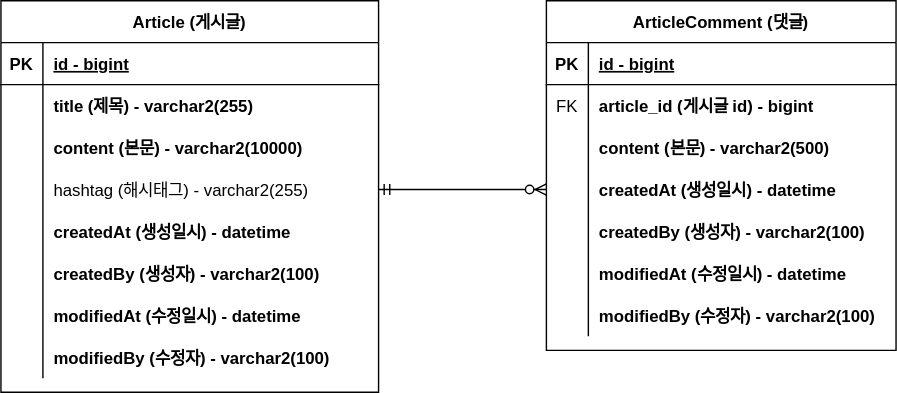
Before: wise-groupware/document/group-ware.drawio.svg, a diagram exported from draw.io (dongeranguk/wise-groupware). Source tidied: cells renumbered, new cells last; positions are measured from the earlier drawing's top-left corner, leaving out a move shared by most shapes.
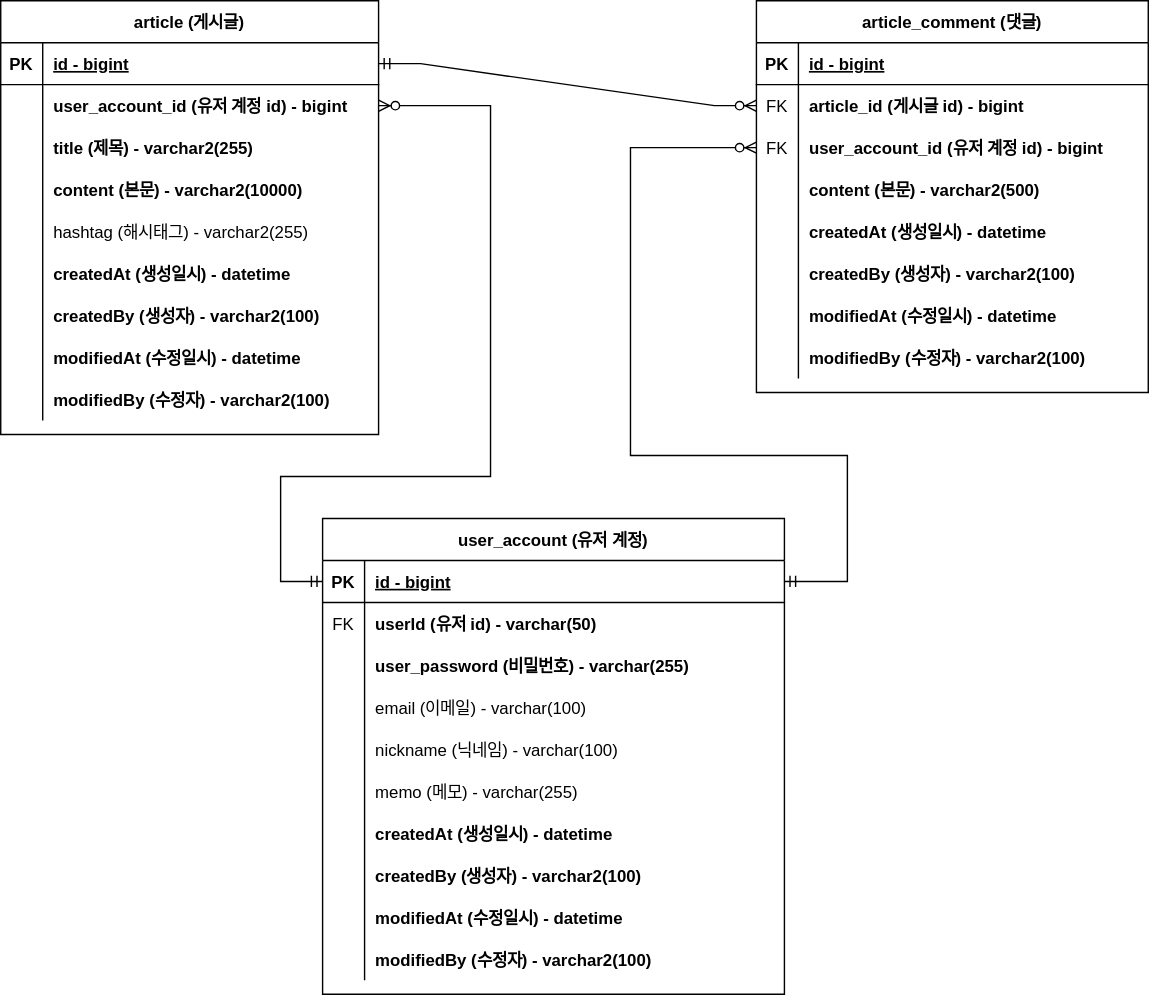
Above is the later version.

Commit message:
#18 - 회원 계정 도메인 구현 및 ERD 반영

What changed in the source:
```diff
@@ -2,74 +2,83 @@
   <root>
     <mxCell id="0" />
     <mxCell id="1" parent="0" />
-    <mxCell id="2" value="ArticleComment (댓글)" style="shape=table;startSize=30;rowLines=0;fontStyle=1;align=center;" parent="1" vertex="1">
-      <mxGeometry x="390" width="250" height="250" as="geometry" />
+    <mxCell id="2" value="article_comment (댓글)" style="shape=table;startSize=30;rowLines=0;fontStyle=1;align=center;" parent="1" vertex="1">
+      <mxGeometry x="540" width="280" height="280" as="geometry" />
     </mxCell>
     <mxCell id="3" style="shape=partialRectangle;fillColor=none;top=0;left=0;right=0;bottom=1;" parent="2" vertex="1">
-      <mxGeometry y="30" width="250" height="30" as="geometry" />
+      <mxGeometry y="30" width="280" height="30" as="geometry" />
     </mxCell>
     <mxCell id="4" value="PK" style="shape=partialRectangle;overflow=hidden;fillColor=none;top=0;left=0;bottom=0;right=0;fontStyle=1;" parent="3" vertex="1">
       <mxGeometry width="30" height="30" as="geometry" />
     </mxCell>
     <mxCell id="5" value="id - bigint" style="shape=partialRectangle;overflow=hidden;fillColor=none;top=0;left=0;bottom=0;right=0;align=left;spacingLeft=6;fontStyle=5;" parent="3" vertex="1">
-      <mxGeometry x="30" width="220" height="30" as="geometry" />
+      <mxGeometry x="30" width="250" height="30" as="geometry" />
     </mxCell>
     <mxCell id="6" style="shape=partialRectangle;fillColor=none;points=[[0,0.5],[1,0.5]];portConstraint=eastwest;top=0;left=0;right=0;bottom=0;" parent="2" vertex="1">
-      <mxGeometry y="60" width="250" height="30" as="geometry" />
+      <mxGeometry y="60" width="280" height="30" as="geometry" />
     </mxCell>
     <mxCell id="7" value="FK" style="shape=partialRectangle;overflow=hidden;fillColor=none;top=0;left=0;bottom=0;right=0;" parent="6" vertex="1">
       <mxGeometry width="30" height="30" as="geometry" />
     </mxCell>
     <mxCell id="8" value="article_id (게시글 id) - bigint" style="shape=partialRectangle;overflow=hidden;fillColor=none;top=0;left=0;bottom=0;right=0;align=left;spacingLeft=6;fontStyle=1;" parent="6" vertex="1">
-      <mxGeometry x="30" width="220" height="30" as="geometry" />
+      <mxGeometry x="30" width="250" height="30" as="geometry" />
     </mxCell>
+    <mxCell id="50" style="shape=partialRectangle;fillColor=none;points=[[0,0.5],[1,0.5]];portConstraint=eastwest;top=0;left=0;right=0;bottom=0;" parent="2" vertex="1">
+      <mxGeometry y="90" width="280" height="30" as="geometry" />
+    </mxCell>
+    <mxCell id="51" value="FK" style="shape=partialRectangle;overflow=hidden;fillColor=none;top=0;left=0;bottom=0;right=0;" parent="50" vertex="1">
+      <mxGeometry width="30" height="30" as="geometry" />
+    </mxCell>
+    <mxCell id="52" value="user_account_id (유저 계정 id) - bigint" style="shape=partialRectangle;overflow=hidden;fillColor=none;top=0;left=0;bottom=0;right=0;align=left;spacingLeft=6;fontStyle=1;" parent="50" vertex="1">
+      <mxGeometry x="30" width="250" height="30" as="geometry" />
+    </mxCell>
     <mxCell id="9" style="shape=partialRectangle;fillColor=none;top=0;left=0;right=0;bottom=0;" parent="2" vertex="1">
-      <mxGeometry y="90" width="250" height="30" as="geometry" />
+      <mxGeometry y="120" width="280" height="30" as="geometry" />
     </mxCell>
     <mxCell id="10" style="shape=partialRectangle;overflow=hidden;fillColor=none;top=0;left=0;bottom=0;right=0;" parent="9" vertex="1">
       <mxGeometry width="30" height="30" as="geometry" />
     </mxCell>
     <mxCell id="11" value="content (본문) - varchar2(500)" style="shape=partialRectangle;overflow=hidden;fillColor=none;top=0;left=0;bottom=0;right=0;align=left;spacingLeft=6;fontStyle=1;" parent="9" vertex="1">
-      <mxGeometry x="30" width="220" height="30" as="geometry" />
+      <mxGeometry x="30" width="250" height="30" as="geometry" />
     </mxCell>
     <mxCell id="12" style="shape=partialRectangle;fillColor=none;points=[[0,0.5],[1,0.5]];portConstraint=eastwest;top=0;left=0;right=0;bottom=0;" parent="2" vertex="1">
-      <mxGeometry y="120" width="250" height="30" as="geometry" />
+      <mxGeometry y="150" width="280" height="30" as="geometry" />
     </mxCell>
     <mxCell id="13" style="shape=partialRectangle;overflow=hidden;fillColor=none;top=0;left=0;bottom=0;right=0;" parent="12" vertex="1">
       <mxGeometry width="30" height="30" as="geometry" />
     </mxCell>
     <mxCell id="14" value="createdAt (생성일시) - datetime" style="shape=partialRectangle;overflow=hidden;fillColor=none;top=0;left=0;bottom=0;right=0;align=left;spacingLeft=6;fontStyle=1;" parent="12" vertex="1">
-      <mxGeometry x="30" width="220" height="30" as="geometry" />
+      <mxGeometry x="30" width="250" height="30" as="geometry" />
     </mxCell>
     <mxCell id="15" style="shape=partialRectangle;fillColor=none;top=0;left=0;right=0;bottom=0;" parent="2" vertex="1">
-      <mxGeometry y="150" width="250" height="30" as="geometry" />
+      <mxGeometry y="180" width="280" height="30" as="geometry" />
     </mxCell>
     <mxCell id="16" style="shape=partialRectangle;overflow=hidden;fillColor=none;top=0;left=0;bottom=0;right=0;" parent="15" vertex="1">
       <mxGeometry width="30" height="30" as="geometry" />
     </mxCell>
     <mxCell id="17" value="createdBy (생성자) - varchar2(100)" style="shape=partialRectangle;overflow=hidden;fillColor=none;top=0;left=0;bottom=0;right=0;align=left;spacingLeft=6;fontStyle=1;" parent="15" vertex="1">
-      <mxGeometry x="30" width="220" height="30" as="geometry" />
+      <mxGeometry x="30" width="250" height="30" as="geometry" />
     </mxCell>
     <mxCell id="18" style="shape=partialRectangle;fillColor=none;top=0;left=0;right=0;bottom=0;" parent="2" vertex="1">
-      <mxGeometry y="180" width="250" height="30" as="geometry" />
+      <mxGeometry y="210" width="280" height="30" as="geometry" />
     </mxCell>
     <mxCell id="19" style="shape=partialRectangle;overflow=hidden;fillColor=none;top=0;left=0;bottom=0;right=0;" parent="18" vertex="1">
       <mxGeometry width="30" height="30" as="geometry" />
     </mxCell>
     <mxCell id="20" value="modifiedAt (수정일시) - datetime" style="shape=partialRectangle;overflow=hidden;fillColor=none;top=0;left=0;bottom=0;right=0;align=left;spacingLeft=6;fontStyle=1;" parent="18" vertex="1">
-      <mxGeometry x="30" width="220" height="30" as="geometry" />
+      <mxGeometry x="30" width="250" height="30" as="geometry" />
     </mxCell>
     <mxCell id="21" style="shape=partialRectangle;fillColor=none;top=0;left=0;right=0;bottom=0;" parent="2" vertex="1">
-      <mxGeometry y="210" width="250" height="30" as="geometry" />
+      <mxGeometry y="240" width="280" height="30" as="geometry" />
     </mxCell>
     <mxCell id="22" style="shape=partialRectangle;overflow=hidden;fillColor=none;top=0;left=0;bottom=0;right=0;" parent="21" vertex="1">
       <mxGeometry width="30" height="30" as="geometry" />
     </mxCell>
     <mxCell id="23" value="modifiedBy (수정자) - varchar2(100)" style="shape=partialRectangle;overflow=hidden;fillColor=none;top=0;left=0;bottom=0;right=0;align=left;spacingLeft=6;fontStyle=1;" parent="21" vertex="1">
-      <mxGeometry x="30" width="220" height="30" as="geometry" />
+      <mxGeometry x="30" width="250" height="30" as="geometry" />
     </mxCell>
-    <mxCell id="24" value="Article (게시글)" style="shape=table;startSize=30;rowLines=0;fontStyle=1;align=center;" parent="1" vertex="1">
-      <mxGeometry width="270" height="280" as="geometry" />
+    <mxCell id="24" value="article (게시글)" style="shape=table;startSize=30;rowLines=0;fontStyle=1;align=center;" parent="1" vertex="1">
+      <mxGeometry width="270" height="310" as="geometry" />
     </mxCell>
     <mxCell id="25" style="shape=partialRectangle;fillColor=none;points=[[0,0.5],[1,0.5]];portConstraint=eastwest;top=0;left=0;right=0;bottom=1;" parent="24" vertex="1">
       <mxGeometry y="30" width="270" height="30" as="geometry" />
@@ -86,11 +95,20 @@
     <mxCell id="29" style="shape=partialRectangle;overflow=hidden;fillColor=none;top=0;left=0;bottom=0;right=0;" parent="28" vertex="1">
       <mxGeometry width="30" height="30" as="geometry" />
     </mxCell>
-    <mxCell id="30" value="title (제목) - varchar2(255)" style="shape=partialRectangle;overflow=hidden;fillColor=none;top=0;left=0;bottom=0;right=0;align=left;spacingLeft=6;fontStyle=1;" parent="28" vertex="1">
+    <mxCell id="30" value="user_account_id (유저 계정 id) - bigint" style="shape=partialRectangle;overflow=hidden;fillColor=none;top=0;left=0;bottom=0;right=0;align=left;spacingLeft=6;fontStyle=1;" parent="28" vertex="1">
       <mxGeometry x="30" width="240" height="30" as="geometry" />
     </mxCell>
+    <mxCell id="53" style="shape=partialRectangle;fillColor=none;top=0;left=0;right=0;bottom=0;" parent="24" vertex="1">
+      <mxGeometry y="90" width="270" height="30" as="geometry" />
+    </mxCell>
+    <mxCell id="54" style="shape=partialRectangle;overflow=hidden;fillColor=none;top=0;left=0;bottom=0;right=0;" parent="53" vertex="1">
+      <mxGeometry width="30" height="30" as="geometry" />
+    </mxCell>
+    <mxCell id="55" value="title (제목) - varchar2(255)" style="shape=partialRectangle;overflow=hidden;fillColor=none;top=0;left=0;bottom=0;right=0;align=left;spacingLeft=6;fontStyle=1;" parent="53" vertex="1">
+      <mxGeometry x="30" width="240" height="30" as="geometry" />
+    </mxCell>
     <mxCell id="31" style="shape=partialRectangle;fillColor=none;top=0;left=0;right=0;bottom=0;" parent="24" vertex="1">
-      <mxGeometry y="90" width="270" height="30" as="geometry" />
+      <mxGeometry y="120" width="270" height="30" as="geometry" />
     </mxCell>
     <mxCell id="32" style="shape=partialRectangle;overflow=hidden;fillColor=none;top=0;left=0;bottom=0;right=0;" parent="31" vertex="1">
       <mxGeometry width="30" height="30" as="geometry" />
@@ -99,7 +117,7 @@
       <mxGeometry x="30" width="240" height="30" as="geometry" />
     </mxCell>
     <mxCell id="34" style="shape=partialRectangle;fillColor=none;points=[[0,0.5],[1,0.5]];portConstraint=eastwest;top=0;left=0;right=0;bottom=0;" parent="24" vertex="1">
-      <mxGeometry y="120" width="270" height="30" as="geometry" />
+      <mxGeometry y="150" width="270" height="30" as="geometry" />
     </mxCell>
     <mxCell id="35" style="shape=partialRectangle;overflow=hidden;fillColor=none;top=0;left=0;bottom=0;right=0;" parent="34" vertex="1">
       <mxGeometry width="30" height="30" as="geometry" />
@@ -108,7 +126,7 @@
       <mxGeometry x="30" width="240" height="30" as="geometry" />
     </mxCell>
     <mxCell id="37" style="shape=partialRectangle;fillColor=none;top=0;left=0;right=0;bottom=0;" parent="24" vertex="1">
-      <mxGeometry y="150" width="270" height="30" as="geometry" />
+      <mxGeometry y="180" width="270" height="30" as="geometry" />
     </mxCell>
     <mxCell id="38" style="shape=partialRectangle;overflow=hidden;fillColor=none;top=0;left=0;bottom=0;right=0;" parent="37" vertex="1">
       <mxGeometry width="30" height="30" as="geometry" />
@@ -117,7 +135,7 @@
       <mxGeometry x="30" width="240" height="30" as="geometry" />
     </mxCell>
     <mxCell id="40" style="shape=partialRectangle;fillColor=none;top=0;left=0;right=0;bottom=0;" parent="24" vertex="1">
-      <mxGeometry y="180" width="270" height="30" as="geometry" />
+      <mxGeometry y="210" width="270" height="30" as="geometry" />
     </mxCell>
     <mxCell id="41" style="shape=partialRectangle;overflow=hidden;fillColor=none;top=0;left=0;bottom=0;right=0;" parent="40" vertex="1">
       <mxGeometry width="30" height="30" as="geometry" />
@@ -126,7 +144,7 @@
       <mxGeometry x="30" width="240" height="30" as="geometry" />
     </mxCell>
     <mxCell id="43" style="shape=partialRectangle;fillColor=none;top=0;left=0;right=0;bottom=0;" parent="24" vertex="1">
-      <mxGeometry y="210" width="270" height="30" as="geometry" />
+      <mxGeometry y="240" width="270" height="30" as="geometry" />
     </mxCell>
     <mxCell id="44" style="shape=partialRectangle;overflow=hidden;fillColor=none;top=0;left=0;bottom=0;right=0;" parent="43" vertex="1">
       <mxGeometry width="30" height="30" as="geometry" />
@@ -135,7 +153,7 @@
       <mxGeometry x="30" width="240" height="30" as="geometry" />
     </mxCell>
     <mxCell id="46" style="shape=partialRectangle;fillColor=none;top=0;left=0;right=0;bottom=0;" parent="24" vertex="1">
-      <mxGeometry y="240" width="270" height="30" as="geometry" />
+      <mxGeometry y="270" width="270" height="30" as="geometry" />
     </mxCell>
     <mxCell id="47" style="shape=partialRectangle;overflow=hidden;fillColor=none;top=0;left=0;bottom=0;right=0;" parent="46" vertex="1">
       <mxGeometry width="30" height="30" as="geometry" />
@@ -143,7 +161,7 @@
     <mxCell id="48" value="modifiedBy (수정자) - varchar2(100)" style="shape=partialRectangle;overflow=hidden;fillColor=none;top=0;left=0;bottom=0;right=0;align=left;spacingLeft=6;fontStyle=1;" parent="46" vertex="1">
       <mxGeometry x="30" width="240" height="30" as="geometry" />
     </mxCell>
-    <mxCell id="49" style="edgeStyle=entityRelationEdgeStyle;fontSize=12;html=1;endArrow=ERzeroToMany;startArrow=ERmandOne;rounded=0;exitX=1;exitY=0.5;exitDx=0;exitDy=0;entryX=0;entryY=0.5;entryDx=0;entryDy=0;" parent="1" edge="1" source="34" target="12">
+    <mxCell id="49" style="edgeStyle=entityRelationEdgeStyle;fontSize=12;html=1;endArrow=ERzeroToMany;startArrow=ERmandOne;rounded=0;exitX=1;exitY=0.5;exitDx=0;exitDy=0;entryX=0;entryY=0.5;entryDx=0;entryDy=0;" parent="1" edge="1" source="25" target="6">
       <mxGeometry relative="1" as="geometry">
         <Array as="points">
           <mxPoint x="380" y="120" />
@@ -151,5 +169,118 @@
         </Array>
       </mxGeometry>
     </mxCell>
+    <mxCell id="56" value="user_account (유저 계정)" style="shape=table;startSize=30;rowLines=0;fontStyle=1;align=center;" parent="1" vertex="1">
+      <mxGeometry x="230" y="370" width="330" height="340" as="geometry" />
+    </mxCell>
+    <mxCell id="57" style="shape=partialRectangle;fillColor=none;points=[[0,0.5],[1,0.5]];portConstraint=eastwest;top=0;left=0;right=0;bottom=1;" parent="56" vertex="1">
+      <mxGeometry y="30" width="330" height="30" as="geometry" />
+    </mxCell>
+    <mxCell id="58" value="PK" style="shape=partialRectangle;overflow=hidden;fillColor=none;top=0;left=0;bottom=0;right=0;fontStyle=1;" parent="57" vertex="1">
+      <mxGeometry width="30" height="30" as="geometry" />
+    </mxCell>
+    <mxCell id="59" value="id - bigint" style="shape=partialRectangle;overflow=hidden;fillColor=none;top=0;left=0;bottom=0;right=0;align=left;spacingLeft=6;fontStyle=5;" parent="57" vertex="1">
+      <mxGeometry x="30" width="300" height="30" as="geometry" />
+    </mxCell>
+    <mxCell id="60" style="shape=partialRectangle;fillColor=none;top=0;left=0;right=0;bottom=0;" parent="56" vertex="1">
+      <mxGeometry y="60" width="330" height="30" as="geometry" />
+    </mxCell>
+    <mxCell id="61" value="FK" style="shape=partialRectangle;overflow=hidden;fillColor=none;top=0;left=0;bottom=0;right=0;" parent="60" vertex="1">
+      <mxGeometry width="30" height="30" as="geometry" />
+    </mxCell>
+    <mxCell id="62" value="userId (유저 id) - varchar(50)" style="shape=partialRectangle;overflow=hidden;fillColor=none;top=0;left=0;bottom=0;right=0;align=left;spacingLeft=6;fontStyle=1;" parent="60" vertex="1">
+      <mxGeometry x="30" width="300" height="30" as="geometry" />
+    </mxCell>
+    <mxCell id="63" style="shape=partialRectangle;fillColor=none;top=0;left=0;right=0;bottom=0;" parent="56" vertex="1">
+      <mxGeometry y="90" width="330" height="30" as="geometry" />
+    </mxCell>
+    <mxCell id="64" style="shape=partialRectangle;overflow=hidden;fillColor=none;top=0;left=0;bottom=0;right=0;" parent="63" vertex="1">
+      <mxGeometry width="30" height="30" as="geometry" />
+    </mxCell>
+    <mxCell id="65" value="user_password (비밀번호) - varchar(255)" style="shape=partialRectangle;overflow=hidden;fillColor=none;top=0;left=0;bottom=0;right=0;align=left;spacingLeft=6;fontStyle=1;" parent="63" vertex="1">
+      <mxGeometry x="30" width="300" height="30" as="geometry" />
+    </mxCell>
+    <mxCell id="66" style="shape=partialRectangle;fillColor=none;top=0;left=0;right=0;bottom=0;" parent="56" vertex="1">
+      <mxGeometry y="120" width="330" height="30" as="geometry" />
+    </mxCell>
+    <mxCell id="67" style="shape=partialRectangle;overflow=hidden;fillColor=none;top=0;left=0;bottom=0;right=0;" parent="66" vertex="1">
+      <mxGeometry width="30" height="30" as="geometry" />
+    </mxCell>
+    <mxCell id="68" value="email (이메일) - varchar(100)" style="shape=partialRectangle;overflow=hidden;fillColor=none;top=0;left=0;bottom=0;right=0;align=left;spacingLeft=6;fontStyle=0;" parent="66" vertex="1">
+      <mxGeometry x="30" width="300" height="30" as="geometry" />
+    </mxCell>
+    <mxCell id="69" style="shape=partialRectangle;fillColor=none;top=0;left=0;right=0;bottom=0;" parent="56" vertex="1">
+      <mxGeometry y="150" width="330" height="30" as="geometry" />
+    </mxCell>
+    <mxCell id="70" style="shape=partialRectangle;overflow=hidden;fillColor=none;top=0;left=0;bottom=0;right=0;" parent="69" vertex="1">
+      <mxGeometry width="30" height="30" as="geometry" />
+    </mxCell>
+    <mxCell id="71" value="nickname (닉네임) - varchar(100)" style="shape=partialRectangle;overflow=hidden;fillColor=none;top=0;left=0;bottom=0;right=0;align=left;spacingLeft=6;" parent="69" vertex="1">
+      <mxGeometry x="30" width="300" height="30" as="geometry" />
+    </mxCell>
+    <mxCell id="72" style="shape=partialRectangle;fillColor=none;top=0;left=0;right=0;bottom=0;" parent="56" vertex="1">
+      <mxGeometry y="180" width="330" height="30" as="geometry" />
+    </mxCell>
+    <mxCell id="73" style="shape=partialRectangle;overflow=hidden;fillColor=none;top=0;left=0;bottom=0;right=0;" parent="72" vertex="1">
+      <mxGeometry width="30" height="30" as="geometry" />
+    </mxCell>
+    <mxCell id="74" value="memo (메모) - varchar(255)" style="shape=partialRectangle;overflow=hidden;fillColor=none;top=0;left=0;bottom=0;right=0;align=left;spacingLeft=6;" parent="72" vertex="1">
+      <mxGeometry x="30" width="300" height="30" as="geometry" />
+    </mxCell>
+    <mxCell id="75" style="shape=partialRectangle;fillColor=none;top=0;left=0;right=0;bottom=0;" parent="56" vertex="1">
+      <mxGeometry y="210" width="330" height="30" as="geometry" />
+    </mxCell>
+    <mxCell id="76" style="shape=partialRectangle;overflow=hidden;fillColor=none;top=0;left=0;bottom=0;right=0;" parent="75" vertex="1">
+      <mxGeometry width="30" height="30" as="geometry" />
+    </mxCell>
+    <mxCell id="77" value="createdAt (생성일시) - datetime" style="shape=partialRectangle;overflow=hidden;fillColor=none;top=0;left=0;bottom=0;right=0;align=left;spacingLeft=6;fontStyle=1;" parent="75" vertex="1">
+      <mxGeometry x="30" width="300" height="30" as="geometry" />
+    </mxCell>
+    <mxCell id="78" style="shape=partialRectangle;fillColor=none;top=0;left=0;right=0;bottom=0;" parent="56" vertex="1">
+      <mxGeometry y="240" width="330" height="30" as="geometry" />
+    </mxCell>
+    <mxCell id="79" style="shape=partialRectangle;overflow=hidden;fillColor=none;top=0;left=0;bottom=0;right=0;" parent="78" vertex="1">
+      <mxGeometry width="30" height="30" as="geometry" />
+    </mxCell>
+    <mxCell id="80" value="createdBy (생성자) - varchar2(100)" style="shape=partialRectangle;overflow=hidden;fillColor=none;top=0;left=0;bottom=0;right=0;align=left;spacingLeft=6;fontStyle=1;" parent="78" vertex="1">
+      <mxGeometry x="30" width="300" height="30" as="geometry" />
+    </mxCell>
+    <mxCell id="81" style="shape=partialRectangle;fillColor=none;top=0;left=0;right=0;bottom=0;" parent="56" vertex="1">
+      <mxGeometry y="270" width="330" height="30" as="geometry" />
+    </mxCell>
+    <mxCell id="82" style="shape=partialRectangle;overflow=hidden;fillColor=none;top=0;left=0;bottom=0;right=0;" parent="81" vertex="1">
+      <mxGeometry width="30" height="30" as="geometry" />
+    </mxCell>
+    <mxCell id="83" value="modifiedAt (수정일시) - datetime" style="shape=partialRectangle;overflow=hidden;fillColor=none;top=0;left=0;bottom=0;right=0;align=left;spacingLeft=6;fontStyle=1;" parent="81" vertex="1">
+      <mxGeometry x="30" width="300" height="30" as="geometry" />
+    </mxCell>
+    <mxCell id="84" style="shape=partialRectangle;fillColor=none;top=0;left=0;right=0;bottom=0;" parent="56" vertex="1">
+      <mxGeometry y="300" width="330" height="30" as="geometry" />
+    </mxCell>
+    <mxCell id="85" style="shape=partialRectangle;overflow=hidden;fillColor=none;top=0;left=0;bottom=0;right=0;" parent="84" vertex="1">
+      <mxGeometry width="30" height="30" as="geometry" />
+    </mxCell>
+    <mxCell id="86" value="modifiedBy (수정자) - varchar2(100)" style="shape=partialRectangle;overflow=hidden;fillColor=none;top=0;left=0;bottom=0;right=0;align=left;spacingLeft=6;fontStyle=1;" parent="84" vertex="1">
+      <mxGeometry x="30" width="300" height="30" as="geometry" />
+    </mxCell>
+    <mxCell id="87" style="edgeStyle=orthogonalEdgeStyle;fontSize=12;html=1;endArrow=ERzeroToMany;startArrow=ERmandOne;rounded=0;exitX=0;exitY=0.5;exitDx=0;exitDy=0;entryX=1;entryY=0.5;entryDx=0;entryDy=0;" parent="1" edge="1" source="57" target="28">
+      <mxGeometry relative="1" as="geometry">
+        <Array as="points">
+          <mxPoint x="200" y="415" />
+          <mxPoint x="200" y="340" />
+          <mxPoint x="350" y="340" />
+          <mxPoint x="350" y="75" />
+        </Array>
+      </mxGeometry>
+    </mxCell>
+    <mxCell id="88" style="edgeStyle=orthogonalEdgeStyle;fontSize=12;html=1;endArrow=ERzeroToMany;startArrow=ERmandOne;rounded=0;exitX=1;exitY=0.5;exitDx=0;exitDy=0;entryX=0;entryY=0.5;entryDx=0;entryDy=0;entryPerimeter=0;" parent="1" edge="1" source="57" target="50">
+      <mxGeometry relative="1" as="geometry">
+        <Array as="points">
+          <mxPoint x="605" y="415" />
+          <mxPoint x="605" y="325" />
+          <mxPoint x="450" y="325" />
+          <mxPoint x="450" y="105" />
+        </Array>
+      </mxGeometry>
+    </mxCell>
   </root>
 </mxGraphModel>
```
